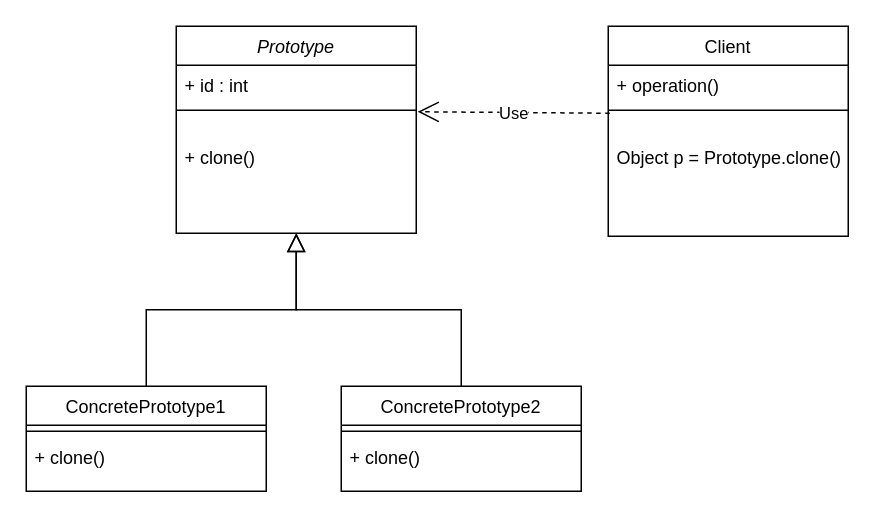
Above: design patterns/UML/Prototype.drawio in djangorepos/design_patterns (draw.io), before the change. Source tidied: cells renumbered, new cells numbered last; positions are measured from the earlier drawing's top-left corner, leaving out a move shared by most shapes. Both pictures are drawn from the tidied source at 150%, with x=0, y=0 at pixel (26, 26).
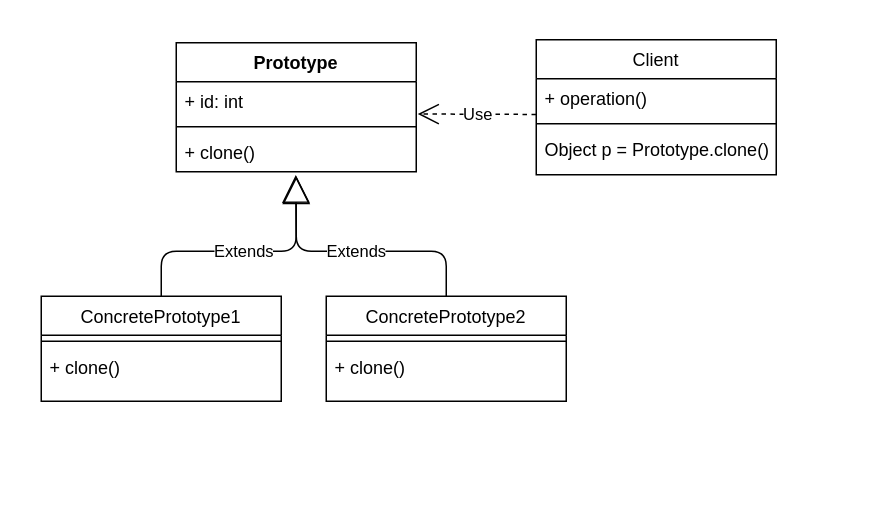
After the change.

The change refers to these unchanged cells:
```xml
<mxCell id="15" value="+ operation()" style="text;align=left;verticalAlign=top;spacingLeft=4;spacingRight=4;overflow=hidden;points=[[0,0.5],[1,0.5]];portConstraint=eastwest;" parent="14" vertex="1">
  <mxGeometry y="26" width="160" height="26" as="geometry" />
</mxCell>
<mxCell id="16" style="line;html=1;strokeWidth=1;align=left;verticalAlign=middle;spacingTop=-1;spacingLeft=3;spacingRight=3;labelPosition=right;points=[];portConstraint=eastwest;" parent="14" vertex="1">
  <mxGeometry y="52" width="160" height="8" as="geometry" />
</mxCell>
```

What changed in the source:
```diff
@@
-    <mxCell id="2" value="Prototype" style="swimlane;fontStyle=2;align=center;verticalAlign=top;horizontal=1;startSize=26;rounded=0;shadow=0;strokeWidth=1;" parent="1" vertex="1">
-      <mxGeometry x="100" width="160" height="138" as="geometry" />
-    </mxCell>
-    <mxCell id="3" value="+ id : int" style="text;align=left;verticalAlign=top;spacingLeft=4;spacingRight=4;overflow=hidden;" parent="2" vertex="1">
-      <mxGeometry y="26" width="160" height="26" as="geometry" />
-    </mxCell>
-    <mxCell id="4" style="line;html=1;strokeWidth=1;align=left;verticalAlign=middle;spacingTop=-1;spacingLeft=3;spacingRight=3;labelPosition=right;" parent="2" vertex="1">
-      <mxGeometry y="52" width="160" height="8" as="geometry" />
-    </mxCell>
-    <mxCell id="5" value="&#10;+ clone()" style="text;align=left;verticalAlign=top;spacingLeft=4;spacingRight=4;overflow=hidden;points=[[0,0.5],[1,0.5]];portConstraint=eastwest;" parent="2" vertex="1">
-      <mxGeometry y="60" width="160" height="60" as="geometry" />
-    </mxCell>
     <mxCell id="6" value="ConcretePrototype1" style="swimlane;fontStyle=0;align=center;verticalAlign=top;horizontal=1;startSize=26;rounded=0;shadow=0;strokeWidth=1;" parent="1" vertex="1">
-      <mxGeometry y="240" width="160" height="70" as="geometry" />
+      <mxGeometry x="10" y="180" width="160" height="70" as="geometry" />
     </mxCell>
@@
-    <mxCell id="9" style="endArrow=block;endSize=10;endFill=0;shadow=0;strokeWidth=1;rounded=0;edgeStyle=elbowEdgeStyle;elbow=vertical;" parent="1" edge="1" source="6" target="2">
-      <mxGeometry relative="1" as="geometry" />
-    </mxCell>
     <mxCell id="10" value="ConcretePrototype2" style="swimlane;fontStyle=0;align=center;verticalAlign=top;horizontal=1;startSize=26;rounded=0;shadow=0;strokeWidth=1;" parent="1" vertex="1">
-      <mxGeometry x="210" y="240" width="160" height="70" as="geometry" />
+      <mxGeometry x="200" y="180" width="160" height="70" as="geometry" />
     </mxCell>
@@
-    <mxCell id="13" style="endArrow=block;endSize=10;endFill=0;shadow=0;strokeWidth=1;rounded=0;edgeStyle=elbowEdgeStyle;elbow=vertical;" parent="1" edge="1" source="10" target="2">
-      <mxGeometry relative="1" as="geometry" />
-    </mxCell>
     <mxCell id="14" value="Client" style="swimlane;fontStyle=0;align=center;verticalAlign=top;horizontal=1;startSize=26;rounded=0;shadow=0;strokeWidth=1;" parent="1" vertex="1">
-      <mxGeometry x="388" width="160" height="140" as="geometry" />
+      <mxGeometry x="340" y="9" width="160" height="90" as="geometry" />
     </mxCell>
@@
-    <mxCell id="17" value="&#10;Object p = Prototype.clone()" style="text;align=left;verticalAlign=top;spacingLeft=4;spacingRight=4;overflow=hidden;" parent="14" vertex="1">
-      <mxGeometry y="60" width="160" height="40" as="geometry" />
+    <mxCell id="17" value="Object p = Prototype.clone()" style="text;align=left;verticalAlign=top;spacingLeft=4;spacingRight=4;overflow=hidden;" parent="14" vertex="1">
+      <mxGeometry y="60" width="160" height="30" as="geometry" />
     </mxCell>
-    <mxCell id="18" value="Use" style="endArrow=open;endSize=12;dashed=1;html=1;entryX=1.006;entryY=-0.05;entryDx=0;entryDy=0;entryPerimeter=0;exitX=0.006;exitY=0.75;exitDx=0;exitDy=0;exitPerimeter=0;" parent="1" edge="1" source="16" target="5">
-      <mxGeometry relative="1" as="geometry" />
+    <mxCell id="18" value="Use" style="endArrow=open;endSize=12;dashed=1;html=1;entryX=1.006;entryY=-0.05;entryDx=0;entryDy=0;entryPerimeter=0;exitX=-0.001;exitY=0.915;exitDx=0;exitDy=0;exitPerimeter=0;" parent="1" edge="1" source="15">
+      <mxGeometry relative="1" as="geometry">
+        <mxPoint x="261" y="58.5" as="targetPoint" />
+      </mxGeometry>
     </mxCell>
+    <mxCell id="2" value="Prototype" style="swimlane;fontStyle=1;align=center;verticalAlign=top;horizontal=1;startSize=26;" parent="1" vertex="1">
+      <mxGeometry x="100" y="11" width="160" height="86" as="geometry" />
+    </mxCell>
+    <mxCell id="19" value="+ id: int" style="text;strokeColor=none;fillColor=none;align=left;verticalAlign=top;spacingLeft=4;spacingRight=4;overflow=hidden;" parent="2" vertex="1">
+      <mxGeometry y="26" width="160" height="26" as="geometry" />
+    </mxCell>
+    <mxCell id="20" style="line;strokeWidth=1;fillColor=none;align=left;verticalAlign=middle;spacingTop=-1;spacingLeft=3;spacingRight=3;labelPosition=right;" parent="2" vertex="1">
+      <mxGeometry y="52" width="160" height="8" as="geometry" />
+    </mxCell>
+    <mxCell id="5" value="+ clone()" style="text;strokeColor=none;fillColor=none;align=left;verticalAlign=top;spacingLeft=4;spacingRight=4;overflow=hidden;points=[[0,0.5],[1,0.5]];portConstraint=eastwest;" parent="2" vertex="1">
+      <mxGeometry y="60" width="160" height="26" as="geometry" />
+    </mxCell>
+    <mxCell id="21" value="Extends" style="endArrow=block;endSize=16;endFill=0;html=1;exitX=0.5;exitY=0;exitDx=0;exitDy=0;entryX=0.498;entryY=1.082;entryDx=0;entryDy=0;entryPerimeter=0;" parent="1" edge="1" source="6" target="5">
+      <mxGeometry relative="1" as="geometry">
+        <Array as="points">
+          <mxPoint x="90" y="150" />
+          <mxPoint x="180" y="150" />
+        </Array>
+      </mxGeometry>
+    </mxCell>
+    <mxCell id="22" value="Extends" style="endArrow=block;endSize=16;endFill=0;html=1;exitX=0.5;exitY=0;exitDx=0;exitDy=0;" parent="1" edge="1" source="10">
+      <mxGeometry relative="1" as="geometry">
+        <mxPoint x="180" y="100" as="targetPoint" />
+        <Array as="points">
+          <mxPoint x="280" y="150" />
+          <mxPoint x="180" y="150" />
+        </Array>
+      </mxGeometry>
+    </mxCell>
```
